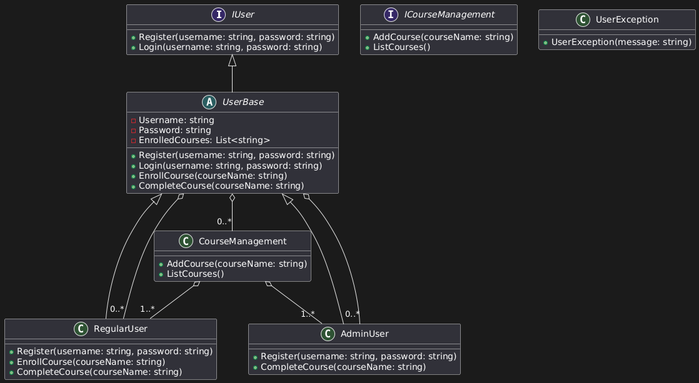
nav2924/lab_design_patterns keeps this PlantUML diagram as LSP/UML_diagram.png. Above is the earlier version.
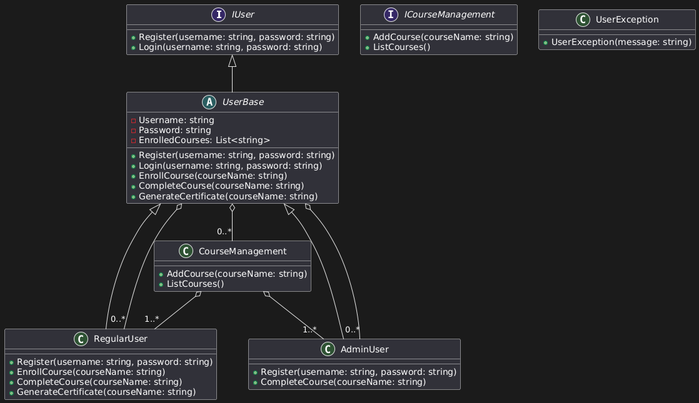
After the change.

Commit message:
UML updated in LSP

The edit, as a diff of the source:
```diff
@@ -12,12 +12,14 @@
     +Login(username: string, password: string)
     +EnrollCourse(courseName: string)
     +CompleteCourse(courseName: string)
+    +GenerateCertificate(courseName: string)
 }
 
 class RegularUser {
     +Register(username: string, password: string)
     +EnrollCourse(courseName: string)
     +CompleteCourse(courseName: string)
+    +GenerateCertificate(courseName: string)
 }
 
 class AdminUser {
```
